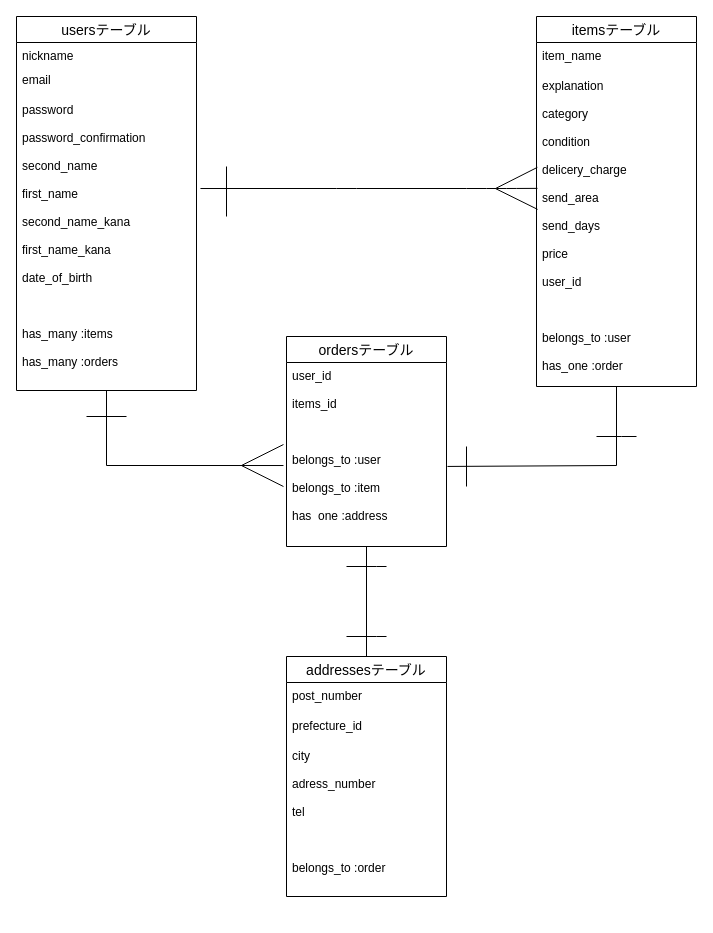
naoto-so/furima-38148 keeps this draw.io diagram as er.dio. Above is the earlier version. Source tidied: cells renumbered, new cells numbered last; positions are measured from the earlier drawing's top-left corner, leaving out a move shared by most shapes. Both pictures are drawn from the tidied source at 100%, with x=0, y=0 at pixel (16, 16).
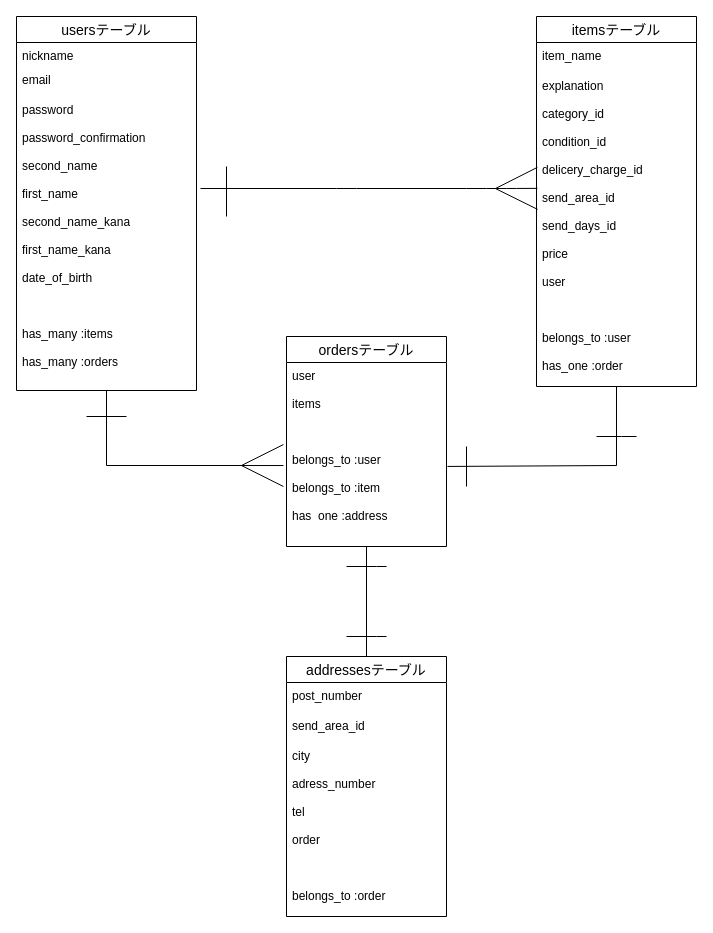
Above is the later version.

Commit message (it also covers changes not shown here):
データベース設計の修正２

The change refers to these unchanged cells:
```xml
<mxCell id="8" value="itemsテーブル" style="swimlane;fontStyle=0;horizontal=1;startSize=26;align=center;fontSize=14;" parent="1" vertex="1">
  <mxGeometry x="520" width="160" height="370" as="geometry" />
</mxCell>
```

Diff of the diagram source:
```diff
@@
-    <mxCell id="10" value="explanation&#10;&#10;category&#10;&#10;condition&#10;&#10;delicery_charge&#10;&#10;send_area&#10;&#10;send_days&#10;&#10;price&#10;&#10;user_id&#10;&#10;&#10;&#10;belongs_to :user&#10;&#10;has_one :order" style="text;strokeColor=none;fillColor=none;spacingLeft=4;spacingRight=4;overflow=hidden;points=[[0,0.5],[1,0.5]];portConstraint=eastwest;fontSize=12;" parent="8" vertex="1">
+    <mxCell id="10" value="explanation&#10;&#10;category_id&#10;&#10;condition_id&#10;&#10;delicery_charge_id&#10;&#10;send_area_id&#10;&#10;send_days_id&#10;&#10;price&#10;&#10;user&#10;&#10;&#10;&#10;belongs_to :user&#10;&#10;has_one :order" style="text;strokeColor=none;fillColor=none;spacingLeft=4;spacingRight=4;overflow=hidden;points=[[0,0.5],[1,0.5]];portConstraint=eastwest;fontSize=12;" parent="8" vertex="1">
       <mxGeometry y="56" width="160" height="314" as="geometry" />
     </mxCell>
@@
     <mxCell id="18" value="addressesテーブル" style="swimlane;fontStyle=0;horizontal=1;startSize=26;align=center;fontSize=14;" parent="1" vertex="1">
-      <mxGeometry x="270" y="640" width="160" height="240" as="geometry" />
+      <mxGeometry x="270" y="640" width="160" height="260" as="geometry" />
     </mxCell>
@@
-    <mxCell id="20" value="prefecture_id" style="text;strokeColor=none;fillColor=none;spacingLeft=4;spacingRight=4;overflow=hidden;fontSize=12;" parent="18" vertex="1">
+    <mxCell id="20" value="send_area_id" style="text;strokeColor=none;fillColor=none;spacingLeft=4;spacingRight=4;overflow=hidden;fontSize=12;" parent="18" vertex="1">
       <mxGeometry y="56" width="160" height="30" as="geometry" />
     </mxCell>
-    <mxCell id="21" value="city&#10;&#10;adress_number&#10;&#10;tel&#10;&#10;&#10;&#10;belongs_to :order" style="text;strokeColor=none;fillColor=none;spacingLeft=4;spacingRight=4;overflow=hidden;fontSize=12;" parent="18" vertex="1">
-      <mxGeometry y="86" width="160" height="154" as="geometry" />
+    <mxCell id="21" value="city&#10;&#10;adress_number&#10;&#10;tel&#10;&#10;order&#10;&#10;&#10;&#10;belongs_to :order" style="text;strokeColor=none;fillColor=none;spacingLeft=4;spacingRight=4;overflow=hidden;fontSize=12;" parent="18" vertex="1">
+      <mxGeometry y="86" width="160" height="174" as="geometry" />
     </mxCell>
@@
-    <mxCell id="24" value="user_id&#10;&#10;items_id&#10;&#10;&#10;&#10;belongs_to :user&#10;&#10;belongs_to :item&#10;&#10;has_one :address" style="text;strokeColor=none;fillColor=none;spacingLeft=4;spacingRight=4;overflow=hidden;points=[[0,0.5],[1,0.5]];portConstraint=eastwest;fontSize=12;" parent="1" vertex="1">
+    <mxCell id="24" value="user&#10;&#10;items&#10;&#10;&#10;&#10;belongs_to :user&#10;&#10;belongs_to :item&#10;&#10;has_one :address" style="text;strokeColor=none;fillColor=none;spacingLeft=4;spacingRight=4;overflow=hidden;points=[[0,0.5],[1,0.5]];portConstraint=eastwest;fontSize=12;" parent="1" vertex="1">
       <mxGeometry x="270" y="346" width="160" height="154" as="geometry" />
     </mxCell>
```
